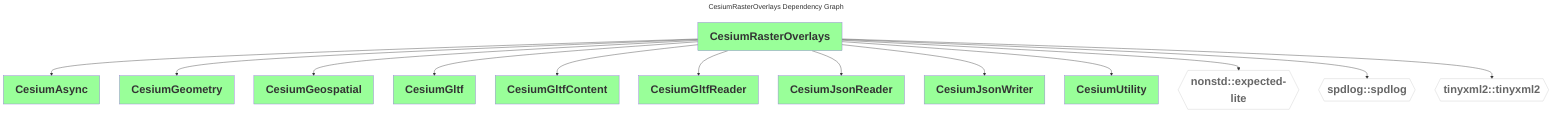
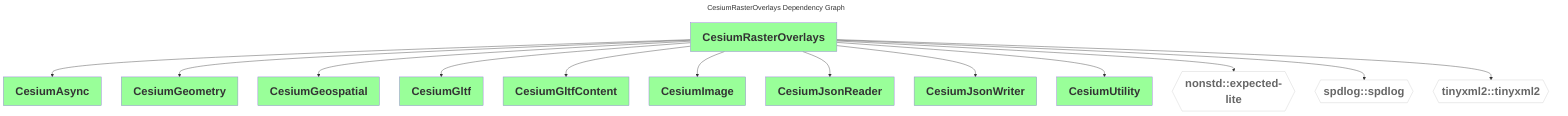
---
comment: This file was generated by dep-graph-gen. DO NOT EDIT THIS FILE!

title: CesiumRasterOverlays Dependency Graph
---
graph TD
  classDef dependencyNode fill:#fff,stroke:#ccc,color:#666,font-weight:bold,font-size:28px
  classDef libraryNode fill:#9f9,font-weight:bold,font-size:28px
  CesiumRasterOverlays[CesiumRasterOverlays] --> CesiumAsync[CesiumAsync]
  CesiumRasterOverlays[CesiumRasterOverlays] --> CesiumGeometry[CesiumGeometry]
  CesiumRasterOverlays[CesiumRasterOverlays] --> CesiumGeospatial[CesiumGeospatial]
  CesiumRasterOverlays[CesiumRasterOverlays] --> CesiumGltf[CesiumGltf]
  CesiumRasterOverlays[CesiumRasterOverlays] --> CesiumGltfContent[CesiumGltfContent]
-   CesiumRasterOverlays[CesiumRasterOverlays] --> CesiumGltfReader[CesiumGltfReader]
+   CesiumRasterOverlays[CesiumRasterOverlays] --> CesiumImage[CesiumImage]
  CesiumRasterOverlays[CesiumRasterOverlays] --> CesiumJsonReader[CesiumJsonReader]
  CesiumRasterOverlays[CesiumRasterOverlays] --> CesiumJsonWriter[CesiumJsonWriter]
  CesiumRasterOverlays[CesiumRasterOverlays] --> CesiumUtility[CesiumUtility]
  CesiumRasterOverlays[CesiumRasterOverlays] --> nonstd_expected-lite{{nonstd::expected-lite}}
  CesiumRasterOverlays[CesiumRasterOverlays] --> spdlog_spdlog{{spdlog::spdlog}}
  CesiumRasterOverlays[CesiumRasterOverlays] --> tinyxml2_tinyxml2{{tinyxml2::tinyxml2}}
  class nonstd_expected-lite,spdlog_spdlog,tinyxml2_tinyxml2 dependencyNode
-   class CesiumAsync,CesiumGeometry,CesiumGeospatial,CesiumGltf,CesiumGltfContent,CesiumGltfReader,CesiumJsonReader,CesiumJsonWriter,CesiumUtility,CesiumRasterOverlays libraryNode
+   class CesiumAsync,CesiumGeometry,CesiumGeospatial,CesiumGltf,CesiumGltfContent,CesiumImage,CesiumJsonReader,CesiumJsonWriter,CesiumUtility,CesiumRasterOverlays libraryNode
